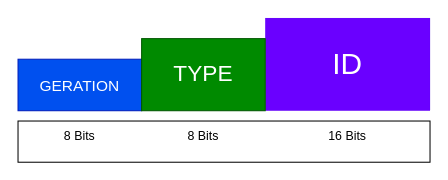
Earlier version of the draw.io diagram Documentation/FusionHandles/Diagrams/HandleStruct.drawio (Fusion-Toolchain/Fusion). Source tidied: cells renumbered, new cells numbered last; positions are measured from the earlier drawing's top-left corner, leaving out a move shared by most shapes. Both pictures are drawn from the tidied source at 103%, with x=0, y=0 at pixel (18, 18).
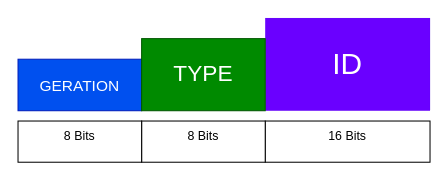
Above is the later version.

Change to the diagram source:
```diff
@@
 <mxGraphModel>
   <root>
     <mxCell id="0" />
     <mxCell id="1" parent="0" />
+    <mxCell id="9" style="rounded=0;whiteSpace=wrap;html=1;" parent="1" vertex="1">
+      <mxGeometry x="240" y="100" width="160" height="40" as="geometry" />
+    </mxCell>
+    <mxCell id="10" style="rounded=0;whiteSpace=wrap;html=1;" parent="1" vertex="1">
+      <mxGeometry x="120" y="100" width="120" height="40" as="geometry" />
+    </mxCell>
     <mxCell id="2" style="rounded=0;whiteSpace=wrap;html=1;" parent="1" vertex="1">
-      <mxGeometry y="100" width="400" height="40" as="geometry" />
+      <mxGeometry y="100" width="120" height="40" as="geometry" />
     </mxCell>
     <mxCell id="3" value="GERATION" style="rounded=0;whiteSpace=wrap;html=1;fillColor=#0050ef;fontColor=#ffffff;strokeColor=#001DBC;fontSize=15;" parent="1" vertex="1">
       <mxGeometry y="40" width="120" height="50" as="geometry" />
     </mxCell>
     <mxCell id="4" value="ID" style="rounded=0;whiteSpace=wrap;html=1;fillColor=#6a00ff;fontColor=#ffffff;strokeColor=#3700CC;strokeWidth=0;fontSize=29;" parent="1" vertex="1">
       <mxGeometry x="240" width="160" height="90" as="geometry" />
     </mxCell>
     <mxCell id="5" value="TYPE" style="rounded=0;whiteSpace=wrap;html=1;fillColor=#008a00;fontColor=#ffffff;strokeColor=#005700;fontSize=22;" parent="1" vertex="1">
       <mxGeometry x="120" y="20" width="120" height="70" as="geometry" />
     </mxCell>
     <mxCell id="6" value="8 Bits" style="text;html=1;align=center;verticalAlign=middle;whiteSpace=wrap;rounded=0;" parent="1" vertex="1">
       <mxGeometry x="30" y="100" width="60" height="30" as="geometry" />
     </mxCell>
     <mxCell id="7" value="8 Bits" style="text;html=1;align=center;verticalAlign=middle;whiteSpace=wrap;rounded=0;" parent="1" vertex="1">
       <mxGeometry x="150" y="100" width="60" height="30" as="geometry" />
     </mxCell>
     <mxCell id="8" value="16 Bits" style="text;html=1;align=center;verticalAlign=middle;whiteSpace=wrap;rounded=0;" parent="1" vertex="1">
       <mxGeometry x="290" y="100" width="60" height="30" as="geometry" />
     </mxCell>
   </root>
 </mxGraphModel>
```
